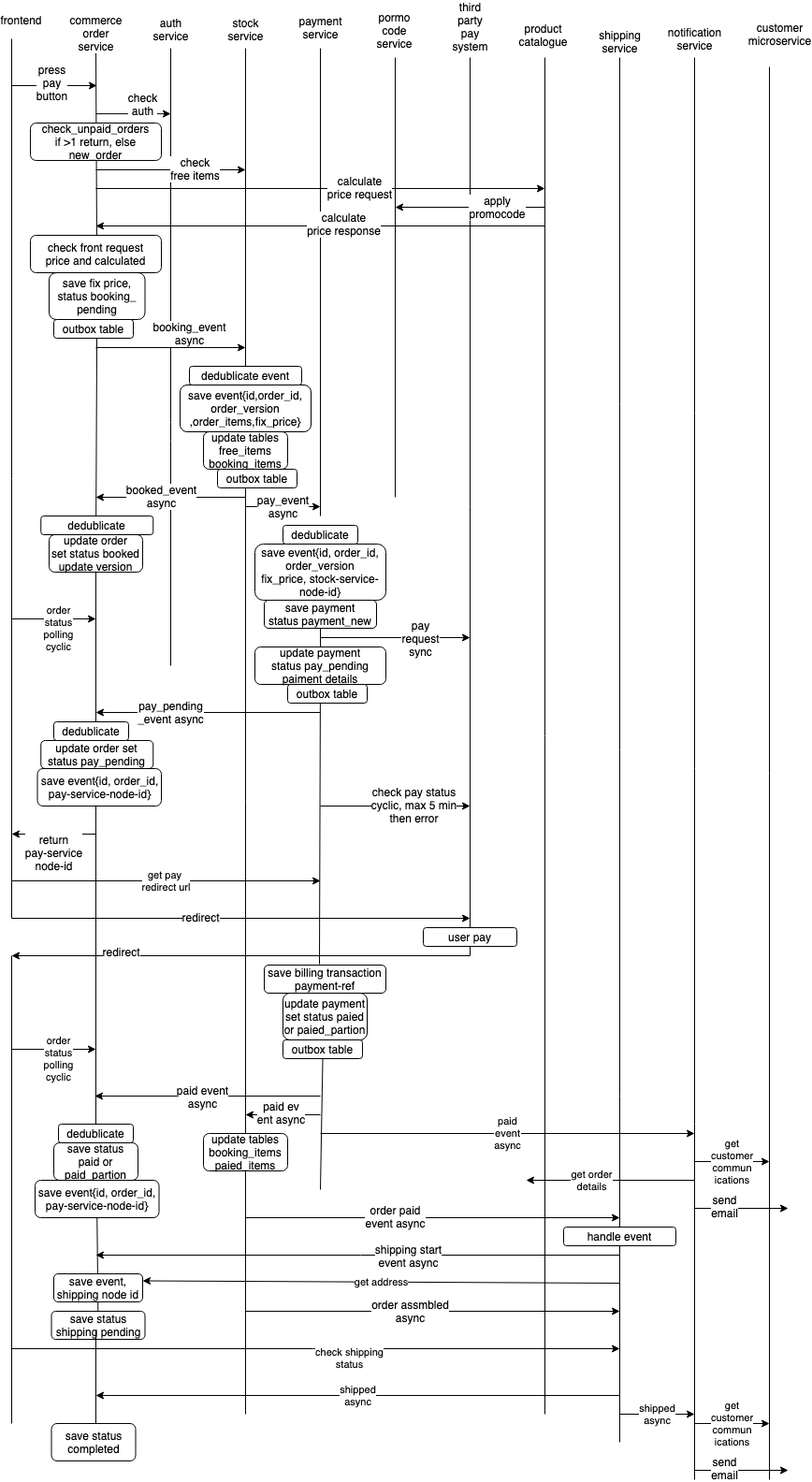
Earlier version of the draw.io export microservices-doc/pictures/store-order-time-diagram.png (skallod/architecture). Source tidied: cells renumbered, new cells last; positions are measured from the earlier drawing's top-left corner, leaving out a move shared by most shapes.
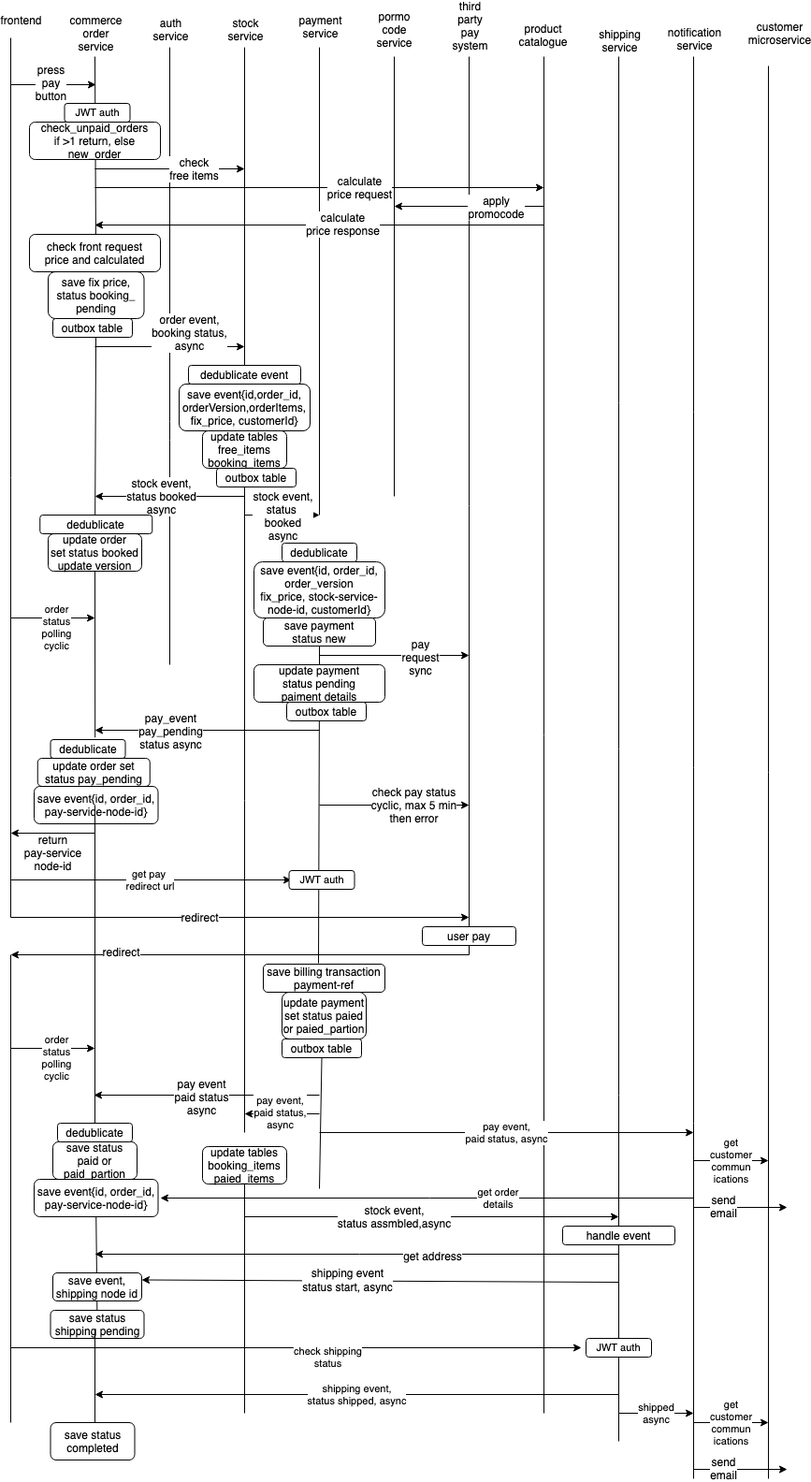
After the commit.

Commit message:
service description

The edit, as a diff of the source:
```diff
@@ -13,7 +13,7 @@
     </mxCell>
     <mxCell id="4" style="endArrow=none;html=1;" parent="1" edge="1" source="51">
       <mxGeometry relative="1" as="geometry">
-        <mxPoint x="90" y="420" as="targetPoint" />
+        <mxPoint x="90" y="430" as="targetPoint" />
       </mxGeometry>
     </mxCell>
     <mxCell id="5" style="endArrow=none;html=1;" parent="1" edge="1">
@@ -30,17 +30,6 @@
         <mxPoint x="-2" y="-113" as="offset" />
       </mxGeometry>
     </mxCell>
-    <mxCell id="7" style="endArrow=classic;html=1;" parent="1" edge="1">
-      <mxGeometry relative="1" as="geometry">
-        <mxPoint x="90" y="490.1" as="sourcePoint" />
-        <mxPoint x="170" y="490.1" as="targetPoint" />
-      </mxGeometry>
-    </mxCell>
-    <mxCell id="8" value="check&lt;br&gt;auth" style="text;html=1;align=center;verticalAlign=middle;labelBackgroundColor=#ffffff;" parent="7" vertex="1">
-      <mxGeometry x="-0.15" relative="1" as="geometry">
-        <mxPoint x="15.8" y="-10.1" as="offset" />
-      </mxGeometry>
-    </mxCell>
     <mxCell id="9" style="endArrow=none;html=1;" parent="1" edge="1" source="28">
       <mxGeometry relative="1" as="geometry">
         <mxPoint x="250" y="420.1" as="targetPoint" />
@@ -52,7 +41,7 @@
         <mxPoint x="250" y="740" as="targetPoint" />
       </mxGeometry>
     </mxCell>
-    <mxCell id="11" value="booking_event&lt;br&gt;async" style="text;html=1;align=center;verticalAlign=middle;labelBackgroundColor=#ffffff;" parent="10" vertex="1">
+    <mxCell id="11" value="order event,&lt;br&gt;booking status,&lt;br&gt;async" style="text;html=1;align=center;verticalAlign=middle;labelBackgroundColor=#ffffff;" parent="10" vertex="1">
       <mxGeometry x="0.29" y="-1" relative="1" as="geometry">
         <mxPoint x="-3.2" y="-16.2" as="offset" />
       </mxGeometry>
@@ -92,8 +81,8 @@
     </mxCell>
     <mxCell id="18" style="endArrow=classic;html=1;" parent="1" edge="1">
       <mxGeometry relative="1" as="geometry">
-        <mxPoint x="330" y="1050" as="sourcePoint" />
-        <mxPoint x="490" y="1050" as="targetPoint" />
+        <mxPoint x="330" y="1070" as="sourcePoint" />
+        <mxPoint x="490" y="1070" as="targetPoint" />
       </mxGeometry>
     </mxCell>
     <mxCell id="19" value="pay&lt;br&gt;request&lt;br&gt;sync" style="text;html=1;align=center;verticalAlign=middle;labelBackgroundColor=#ffffff;" parent="18" vertex="1">
@@ -112,7 +101,7 @@
         <mxPoint x="30" y="21" as="offset" />
       </mxGeometry>
     </mxCell>
-    <mxCell id="22" value="save event{id,order_id,&lt;br&gt;order_version&lt;br&gt;,order_items,fix_price}" style="rounded=1;whiteSpace=wrap;html=1;" parent="1" vertex="1">
+    <mxCell id="22" value="save event{id,order_id,&lt;br&gt;orderVersion,orderItems,&lt;br&gt;fix_price, customerId}" style="rounded=1;whiteSpace=wrap;html=1;" parent="1" vertex="1">
       <mxGeometry x="180" y="780" width="140" height="50" as="geometry" />
     </mxCell>
     <mxCell id="23" style="endArrow=none;html=1;" parent="1" edge="1" target="28">
@@ -142,11 +131,11 @@
     </mxCell>
     <mxCell id="29" style="endArrow=classic;html=1;" parent="1" edge="1">
       <mxGeometry relative="1" as="geometry">
-        <mxPoint x="250" y="910" as="sourcePoint" />
-        <mxPoint x="330" y="910" as="targetPoint" />
+        <mxPoint x="250" y="920" as="sourcePoint" />
+        <mxPoint x="330" y="920" as="targetPoint" />
       </mxGeometry>
     </mxCell>
-    <mxCell id="30" value="pay_event&lt;br&gt;async" style="text;html=1;align=center;verticalAlign=middle;labelBackgroundColor=#ffffff;" parent="29" vertex="1">
+    <mxCell id="30" value="stock event,&lt;br&gt;status &lt;br&gt;booked&lt;br&gt;async" style="text;html=1;align=center;verticalAlign=middle;labelBackgroundColor=#ffffff;" parent="29" vertex="1">
       <mxGeometry x="0.6" relative="1" as="geometry">
         <mxPoint x="-24.2" as="offset" />
       </mxGeometry>
@@ -173,8 +162,8 @@
         <mxPoint x="1" y="-605" as="offset" />
       </mxGeometry>
     </mxCell>
-    <mxCell id="35" value="save event{id, order_id, order_version&lt;br&gt;fix_price, stock-service-node-id}" style="rounded=1;whiteSpace=wrap;html=1;" parent="1" vertex="1">
-      <mxGeometry x="260" y="950" width="140" height="60" as="geometry" />
+    <mxCell id="35" value="save event{id, order_id, order_version&lt;br&gt;fix_price, stock-service-node-id, customerId}" style="rounded=1;whiteSpace=wrap;html=1;" parent="1" vertex="1">
+      <mxGeometry x="260" y="970" width="140" height="60" as="geometry" />
     </mxCell>
     <mxCell id="36" style="endArrow=none;html=1;" parent="1" edge="1">
       <mxGeometry relative="1" as="geometry">
@@ -188,7 +177,7 @@
       </mxGeometry>
     </mxCell>
     <mxCell id="38" value="dedublicate" style="rounded=1;whiteSpace=wrap;html=1;" parent="1" vertex="1">
-      <mxGeometry x="290" y="930" width="80" height="20" as="geometry" />
+      <mxGeometry x="290" y="950" width="80" height="20" as="geometry" />
     </mxCell>
     <mxCell id="39" style="endArrow=classic;html=1;" parent="1" edge="1">
       <mxGeometry relative="1" as="geometry">
@@ -211,7 +200,7 @@
     <mxCell id="43" value="get pay &lt;br&gt;redirect url" style="endArrow=classic;html=1;" parent="1" edge="1">
       <mxGeometry relative="1" as="geometry">
         <mxPoint y="1310" as="sourcePoint" />
-        <mxPoint x="330" y="1310" as="targetPoint" />
+        <mxPoint x="300" y="1310" as="targetPoint" />
       </mxGeometry>
     </mxCell>
     <mxCell id="44" style="endArrow=classic;html=1;" parent="1" edge="1">
@@ -240,10 +229,10 @@
         <mxPoint x="89" y="1540" as="targetPoint" />
       </mxGeometry>
     </mxCell>
-    <mxCell id="49" value="paid event&lt;br&gt;async" style="text;html=1;align=center;verticalAlign=middle;labelBackgroundColor=#ffffff;" parent="48" vertex="1">
+    <mxCell id="49" value="pay event&lt;br&gt;paid status&lt;br&gt;async" style="text;html=1;align=center;verticalAlign=middle;labelBackgroundColor=#ffffff;" parent="48" vertex="1">
       <mxGeometry x="0.05" y="1" relative="1" as="geometry" />
     </mxCell>
-    <mxCell id="50" value="paid&lt;br&gt;event&lt;br&gt;async" style="endArrow=classic;html=1;" parent="1" edge="1">
+    <mxCell id="50" value="pay event,&lt;br&gt;paid status, async" style="endArrow=classic;html=1;" parent="1" edge="1">
       <mxGeometry relative="1" as="geometry">
         <mxPoint x="330" y="1580" as="sourcePoint" />
         <mxPoint x="730" y="1580" as="targetPoint" />
@@ -270,9 +259,9 @@
       <mxGeometry x="590" y="1680" width="120" height="20" as="geometry" />
     </mxCell>
     <mxCell id="57" value="get order&lt;br&gt;details" style="endArrow=classic;html=1;" parent="1" edge="1">
-      <mxGeometry x="0.22" relative="1" as="geometry">
-        <mxPoint x="730" y="1630" as="sourcePoint" />
-        <mxPoint x="550" y="1630" as="targetPoint" />
+      <mxGeometry x="-0.26" relative="1" as="geometry">
+        <mxPoint x="730" y="1650" as="sourcePoint" />
+        <mxPoint x="160" y="1650" as="targetPoint" />
       </mxGeometry>
     </mxCell>
     <mxCell id="58" value="save status&lt;br&gt;completed" style="rounded=1;whiteSpace=wrap;html=1;" parent="1" vertex="1">
@@ -287,8 +276,8 @@
     <mxCell id="60" value="save billing transaction&lt;br&gt;payment-ref" style="rounded=1;whiteSpace=wrap;html=1;" parent="1" vertex="1">
       <mxGeometry x="270" y="1400" width="130" height="30" as="geometry" />
     </mxCell>
-    <mxCell id="61" value="update payment&lt;br&gt;status pay_pending&lt;br&gt;paiment details" style="rounded=1;whiteSpace=wrap;html=1;" parent="1" vertex="1">
-      <mxGeometry x="260" y="1060" width="140" height="40" as="geometry" />
+    <mxCell id="61" value="update payment&lt;br&gt;status pending&lt;br&gt;paiment details" style="rounded=1;whiteSpace=wrap;html=1;" parent="1" vertex="1">
+      <mxGeometry x="260" y="1080" width="140" height="40" as="geometry" />
     </mxCell>
     <mxCell id="62" style="endArrow=none;html=1;" parent="1" edge="1" target="61">
       <mxGeometry relative="1" as="geometry">
@@ -335,7 +324,7 @@
         <mxPoint x="90" y="900" as="targetPoint" />
       </mxGeometry>
     </mxCell>
-    <mxCell id="70" value="booked_event&lt;br&gt;async" style="text;html=1;align=center;verticalAlign=middle;labelBackgroundColor=#ffffff;" parent="69" vertex="1">
+    <mxCell id="70" value="stock event,&lt;br&gt;status booked&lt;br&gt;async" style="text;html=1;align=center;verticalAlign=middle;labelBackgroundColor=#ffffff;" parent="69" vertex="1">
       <mxGeometry x="0.46" y="-1" relative="1" as="geometry">
         <mxPoint x="26.7" as="offset" />
       </mxGeometry>
@@ -343,18 +332,16 @@
     <mxCell id="71" value="update order&lt;br&gt;set status booked&lt;br&gt;update version" style="rounded=1;whiteSpace=wrap;html=1;" parent="1" vertex="1">
       <mxGeometry x="40" y="940" width="100" height="40" as="geometry" />
     </mxCell>
-    <mxCell id="72" style="endArrow=none;html=1;" parent="1" edge="1" target="71">
-      <mxGeometry relative="1" as="geometry">
-        <mxPoint x="90" y="1140" as="sourcePoint" />
-      </mxGeometry>
+    <mxCell id="72" style="endArrow=none;html=1;exitX=0.596;exitY=-0.117;exitDx=0;exitDy=0;exitPerimeter=0;" parent="1" edge="1" source="89" target="71">
+      <mxGeometry relative="1" as="geometry" />
     </mxCell>
     <mxCell id="73" style="endArrow=classic;html=1;" parent="1" edge="1">
       <mxGeometry relative="1" as="geometry">
-        <mxPoint x="330" y="1130" as="sourcePoint" />
-        <mxPoint x="90" y="1130" as="targetPoint" />
+        <mxPoint x="330" y="1150" as="sourcePoint" />
+        <mxPoint x="90" y="1150" as="targetPoint" />
       </mxGeometry>
     </mxCell>
-    <mxCell id="74" value="pay_pending&lt;br&gt;_event async" style="text;html=1;align=center;verticalAlign=middle;labelBackgroundColor=#ffffff;" parent="73" vertex="1">
+    <mxCell id="74" value="pay_event&lt;br&gt;pay_pending&lt;br&gt;status async" style="text;html=1;align=center;verticalAlign=middle;labelBackgroundColor=#ffffff;" parent="73" vertex="1">
       <mxGeometry x="0.67" y="2" relative="1" as="geometry">
         <mxPoint x="40" y="-2" as="offset" />
       </mxGeometry>
@@ -365,11 +352,11 @@
     <mxCell id="76" style="endArrow=none;html=1;entryX=0.5;entryY=1;entryDx=0;entryDy=0;exitX=0.5;exitY=0;exitDx=0;exitDy=0;" parent="1" edge="1" source="61" target="35">
       <mxGeometry relative="1" as="geometry" />
     </mxCell>
-    <mxCell id="77" value="save payment&lt;br&gt;status payment_new" style="rounded=1;whiteSpace=wrap;html=1;" parent="1" vertex="1">
-      <mxGeometry x="270" y="1010" width="120" height="30" as="geometry" />
+    <mxCell id="77" value="save payment&lt;br&gt;status new" style="rounded=1;whiteSpace=wrap;html=1;" parent="1" vertex="1">
+      <mxGeometry x="270" y="1030" width="120" height="30" as="geometry" />
     </mxCell>
     <mxCell id="78" value="update order set status pay_pending" style="rounded=1;whiteSpace=wrap;html=1;" parent="1" vertex="1">
-      <mxGeometry x="31.2" y="1160" width="120" height="30" as="geometry" />
+      <mxGeometry x="28.8" y="1180" width="120" height="30" as="geometry" />
     </mxCell>
     <mxCell id="79" style="endArrow=none;html=1;" parent="1" edge="1" source="87" target="78">
       <mxGeometry relative="1" as="geometry" />
@@ -383,13 +370,13 @@
         <mxPoint x="650" y="1670" as="targetPoint" />
       </mxGeometry>
     </mxCell>
-    <mxCell id="82" value="order paid&lt;br&gt;event async" style="text;html=1;align=center;verticalAlign=middle;labelBackgroundColor=#ffffff;" parent="81" vertex="1">
+    <mxCell id="82" value="stock event,&lt;br&gt;status assmbled,async" style="text;html=1;align=center;verticalAlign=middle;labelBackgroundColor=#ffffff;" parent="81" vertex="1">
       <mxGeometry x="-0.27" y="1" relative="1" as="geometry">
         <mxPoint x="12.5" as="offset" />
       </mxGeometry>
     </mxCell>
     <mxCell id="83" value="update tables&lt;br&gt;booking_items&lt;br&gt;paied_items" style="rounded=1;whiteSpace=wrap;html=1;" parent="1" vertex="1">
-      <mxGeometry x="205" y="1580" width="90" height="40" as="geometry" />
+      <mxGeometry x="205" y="1595" width="90" height="40" as="geometry" />
     </mxCell>
     <mxCell id="84" value="outbox table" style="rounded=1;whiteSpace=wrap;html=1;" parent="1" vertex="1">
       <mxGeometry x="45" y="710" width="85" height="20" as="geometry" />
@@ -398,10 +385,10 @@
       <mxGeometry x="220" y="870" width="85" height="20" as="geometry" />
     </mxCell>
     <mxCell id="86" value="outbox table" style="rounded=1;whiteSpace=wrap;html=1;" parent="1" vertex="1">
-      <mxGeometry x="295" y="1100" width="85" height="20" as="geometry" />
+      <mxGeometry x="295" y="1120" width="85" height="20" as="geometry" />
     </mxCell>
     <mxCell id="87" value="save event{id, order_id, pay-service-node-id}" style="rounded=1;whiteSpace=wrap;html=1;" parent="1" vertex="1">
-      <mxGeometry x="27.5" y="1190" width="132.5" height="40" as="geometry" />
+      <mxGeometry x="25" y="1210" width="132.5" height="40" as="geometry" />
     </mxCell>
     <mxCell id="88" style="endArrow=none;html=1;exitX=0.5;exitY=0;exitDx=0;exitDy=0;" parent="1" edge="1" source="93">
       <mxGeometry relative="1" as="geometry">
@@ -409,7 +396,7 @@
       </mxGeometry>
     </mxCell>
     <mxCell id="89" value="dedublicate" style="rounded=1;whiteSpace=wrap;html=1;" parent="1" vertex="1">
-      <mxGeometry x="45" y="1140" width="80" height="20" as="geometry" />
+      <mxGeometry x="42.5" y="1160" width="80" height="20" as="geometry" />
     </mxCell>
     <mxCell id="90" style="endArrow=classic;html=1;" parent="1" edge="1">
       <mxGeometry relative="1" as="geometry">
@@ -464,7 +451,7 @@
         <mxPoint x="250" y="1560" as="targetPoint" />
       </mxGeometry>
     </mxCell>
-    <mxCell id="102" value="paid ev&lt;br&gt;ent async" style="text;html=1;align=center;verticalAlign=middle;labelBackgroundColor=#ffffff;" parent="101" vertex="1">
+    <mxCell id="102" value="pay event,&lt;br style=&quot;font-size: 11px;&quot;&gt;paid status,&lt;br style=&quot;font-size: 11px;&quot;&gt;async" style="text;html=1;align=center;verticalAlign=middle;labelBackgroundColor=#ffffff;fontSize=11;" parent="101" vertex="1">
       <mxGeometry x="0.05" y="-2" relative="1" as="geometry" />
     </mxCell>
     <mxCell id="103" value="user pay" style="rounded=1;whiteSpace=wrap;html=1;" parent="1" vertex="1">
@@ -499,9 +486,9 @@
         <mxPoint x="90" y="1710" as="targetPoint" />
       </mxGeometry>
     </mxCell>
-    <mxCell id="110" value="shipping start&lt;br&gt;event async" style="text;html=1;align=center;verticalAlign=middle;labelBackgroundColor=#ffffff;" parent="109" vertex="1">
+    <mxCell id="110" value="get address" style="text;html=1;align=center;verticalAlign=middle;labelBackgroundColor=#ffffff;" parent="109" vertex="1">
       <mxGeometry x="-0.27" y="1" relative="1" as="geometry">
-        <mxPoint x="-21.7" as="offset" />
+        <mxPoint x="5.9" as="offset" />
       </mxGeometry>
     </mxCell>
     <mxCell id="111" value="save event, shipping node id" style="rounded=1;whiteSpace=wrap;html=1;" parent="1" vertex="1">
@@ -516,27 +503,19 @@
         <mxPoint x="90" y="1790" as="targetPoint" />
       </mxGeometry>
     </mxCell>
-    <mxCell id="114" style="endArrow=classic;html=1;" parent="1" edge="1">
-      <mxGeometry relative="1" as="geometry">
-        <mxPoint x="250" y="1770" as="sourcePoint" />
-        <mxPoint x="650" y="1770" as="targetPoint" />
-      </mxGeometry>
-    </mxCell>
-    <mxCell id="115" value="order assmbled&lt;br&gt;async" style="text;html=1;align=center;verticalAlign=middle;labelBackgroundColor=#ffffff;" parent="114" vertex="1">
-      <mxGeometry x="-0.12" relative="1" as="geometry" />
-    </mxCell>
     <mxCell id="116" value="check shipping&lt;br&gt;status" style="endArrow=classic;html=1;" parent="1" edge="1">
       <mxGeometry x="0.11" y="-10" relative="1" as="geometry">
         <mxPoint y="1810" as="sourcePoint" />
-        <mxPoint x="650" y="1810" as="targetPoint" />
+        <mxPoint x="610" y="1810" as="targetPoint" />
       </mxGeometry>
     </mxCell>
-    <mxCell id="117" value="get address" style="endArrow=classic;html=1;entryX=1;entryY=0.25;entryDx=0;entryDy=0;" parent="1" edge="1" target="111">
-      <mxGeometry relative="1" as="geometry">
+    <mxCell id="117" value="&lt;span style=&quot;font-size: 12px&quot;&gt;shipping event&lt;/span&gt;&lt;br style=&quot;font-size: 12px&quot;&gt;&lt;span style=&quot;font-size: 12px&quot;&gt;status start, async&lt;/span&gt;" style="endArrow=classic;html=1;entryX=1;entryY=0.25;entryDx=0;entryDy=0;" parent="1" edge="1" target="111">
+      <mxGeometry x="0.14" y="-1" relative="1" as="geometry">
         <mxPoint x="650" y="1740" as="sourcePoint" />
+        <mxPoint x="1" as="offset" />
       </mxGeometry>
     </mxCell>
-    <mxCell id="118" value="shipped&lt;br&gt;async" style="endArrow=classic;html=1;" parent="1" edge="1">
+    <mxCell id="118" value="shipping event,&lt;br&gt;status shipped, async" style="endArrow=classic;html=1;" parent="1" edge="1">
       <mxGeometry relative="1" as="geometry">
         <mxPoint x="650" y="1860" as="sourcePoint" />
         <mxPoint x="90" y="1860" as="targetPoint" />
@@ -551,5 +530,14 @@
     <mxCell id="120" value="send&lt;br&gt;email" style="text;html=1;align=center;verticalAlign=middle;labelBackgroundColor=#ffffff;" parent="119" vertex="1">
       <mxGeometry x="-0.37" y="2" relative="1" as="geometry" />
     </mxCell>
+    <mxCell id="121" value="JWT auth" style="rounded=1;whiteSpace=wrap;html=1;fontSize=11;" parent="1" vertex="1">
+      <mxGeometry x="57.5" y="480" width="70" height="20" as="geometry" />
+    </mxCell>
+    <mxCell id="122" value="JWT auth" style="rounded=1;whiteSpace=wrap;html=1;fontSize=11;" parent="1" vertex="1">
+      <mxGeometry x="297.5" y="1300" width="70" height="20" as="geometry" />
+    </mxCell>
+    <mxCell id="123" value="JWT auth" style="rounded=1;whiteSpace=wrap;html=1;fontSize=11;" parent="1" vertex="1">
+      <mxGeometry x="615" y="1800" width="70" height="20" as="geometry" />
+    </mxCell>
   </root>
 </mxGraphModel>
```
